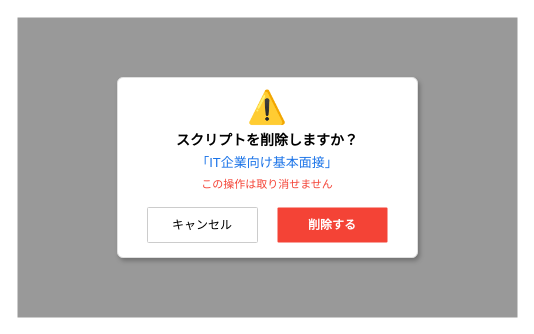
yoshidasendai115/ai-interview keeps this draw.io diagram as docs/images/画面設計書_3.2.2_削除確認モーダル.drawio. Above is the earlier version. Source tidied: cells renumbered, new cells numbered last; positions are measured from the earlier drawing's top-left corner, leaving out a move shared by most shapes. Both pictures are drawn from the tidied source at 100%, with x=0, y=0 at pixel (17, 17).
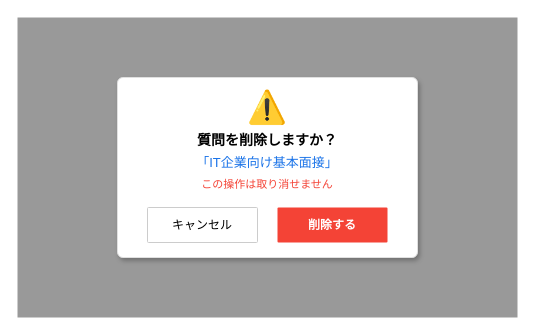
After the change.

What changed in the source:
```diff
@@
 <mxGraphModel>
   <root>
     <mxCell id="0" />
     <mxCell id="1" parent="0" />
     <mxCell id="2" style="rounded=0;whiteSpace=wrap;html=1;fillColor=#000000;fillOpacity=40;strokeColor=none;" parent="1" vertex="1">
       <mxGeometry width="500" height="300" as="geometry" />
     </mxCell>
     <mxCell id="3" style="rounded=1;arcSize=3;whiteSpace=wrap;html=1;fillColor=#ffffff;strokeColor=#e0e0e0;shadow=1;" parent="1" vertex="1">
       <mxGeometry x="100" y="60" width="300" height="180" as="geometry" />
     </mxCell>
     <mxCell id="4" value="⚠️" style="text;html=1;strokeColor=none;fillColor=none;align=center;verticalAlign=middle;whiteSpace=wrap;rounded=0;fontSize=32;" parent="1" vertex="1">
       <mxGeometry x="225" y="70" width="50" height="40" as="geometry" />
     </mxCell>
-    <mxCell id="5" value="スクリプトを削除しますか？" style="text;html=1;strokeColor=none;fillColor=none;align=center;verticalAlign=middle;whiteSpace=wrap;rounded=0;fontSize=14;fontStyle=1;" parent="1" vertex="1">
+    <mxCell id="5" value="質問を削除しますか？" style="text;html=1;strokeColor=none;fillColor=none;align=center;verticalAlign=middle;whiteSpace=wrap;rounded=0;fontSize=14;fontStyle=1;" parent="1" vertex="1">
       <mxGeometry x="125" y="110" width="250" height="25" as="geometry" />
     </mxCell>
     <mxCell id="6" value="「IT企業向け基本面接」" style="text;html=1;strokeColor=none;fillColor=none;align=center;verticalAlign=middle;whiteSpace=wrap;rounded=0;fontSize=13;fontColor=#1a73e8;" parent="1" vertex="1">
       <mxGeometry x="125" y="135" width="250" height="20" as="geometry" />
     </mxCell>
     <mxCell id="7" value="この操作は取り消せません" style="text;html=1;strokeColor=none;fillColor=none;align=center;verticalAlign=middle;whiteSpace=wrap;rounded=0;fontSize=11;fontColor=#f44336;" parent="1" vertex="1">
       <mxGeometry x="125" y="158" width="250" height="18" as="geometry" />
     </mxCell>
     <mxCell id="8" value="キャンセル" style="rounded=1;arcSize=3;whiteSpace=wrap;html=1;fillColor=#ffffff;strokeColor=#cccccc;fontSize=12;" parent="1" vertex="1">
       <mxGeometry x="130" y="190" width="110" height="35" as="geometry" />
     </mxCell>
     <mxCell id="9" value="削除する" style="rounded=1;arcSize=3;whiteSpace=wrap;html=1;fillColor=#f44336;strokeColor=none;fontColor=#ffffff;fontSize=12;fontStyle=1;" parent="1" vertex="1">
       <mxGeometry x="260" y="190" width="110" height="35" as="geometry" />
     </mxCell>
   </root>
 </mxGraphModel>
```
